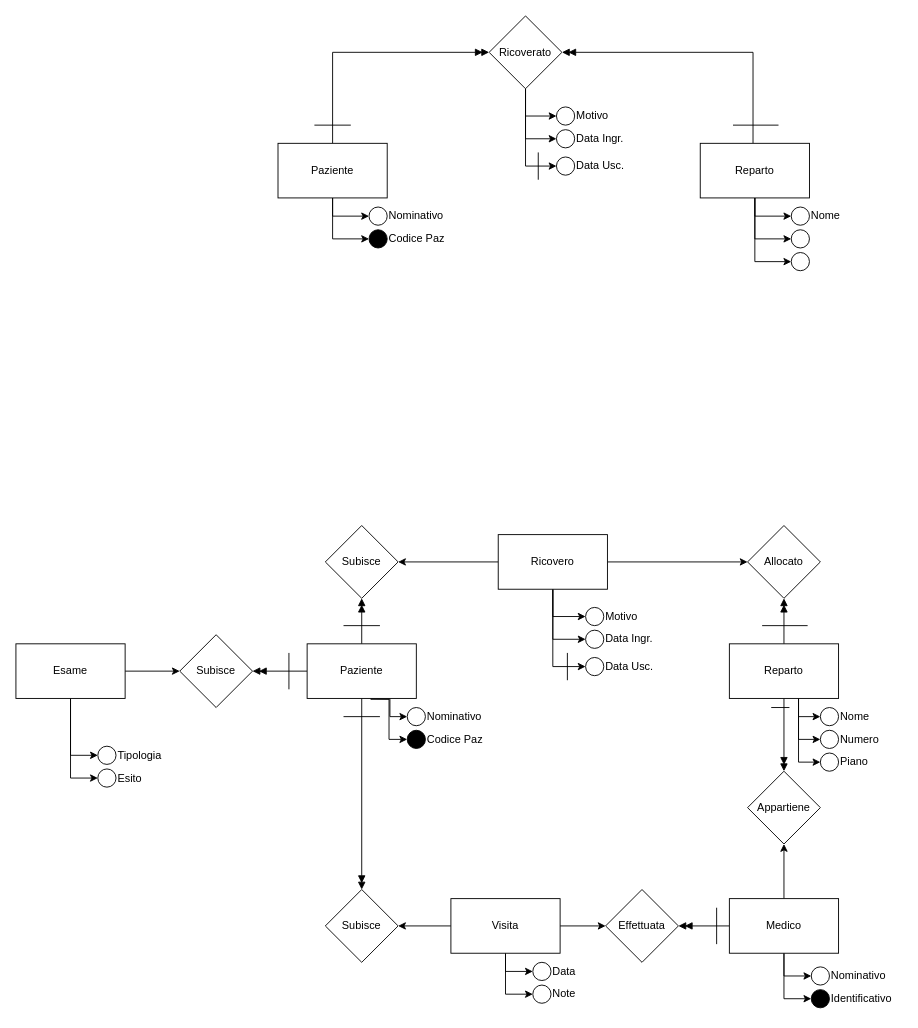
Earlier version of the draw.io diagram page "Pagina-9" (9 of 10) of Diagramma_FASE_2.drawio (johnnypax/iemme-academy-net). Source tidied: cells renumbered, new cells numbered last; positions are measured from the earlier drawing's top-left corner, leaving out a move shared by most shapes. Both pictures are drawn from the tidied source at 91%, with x=0, y=0 at pixel (15, 15).
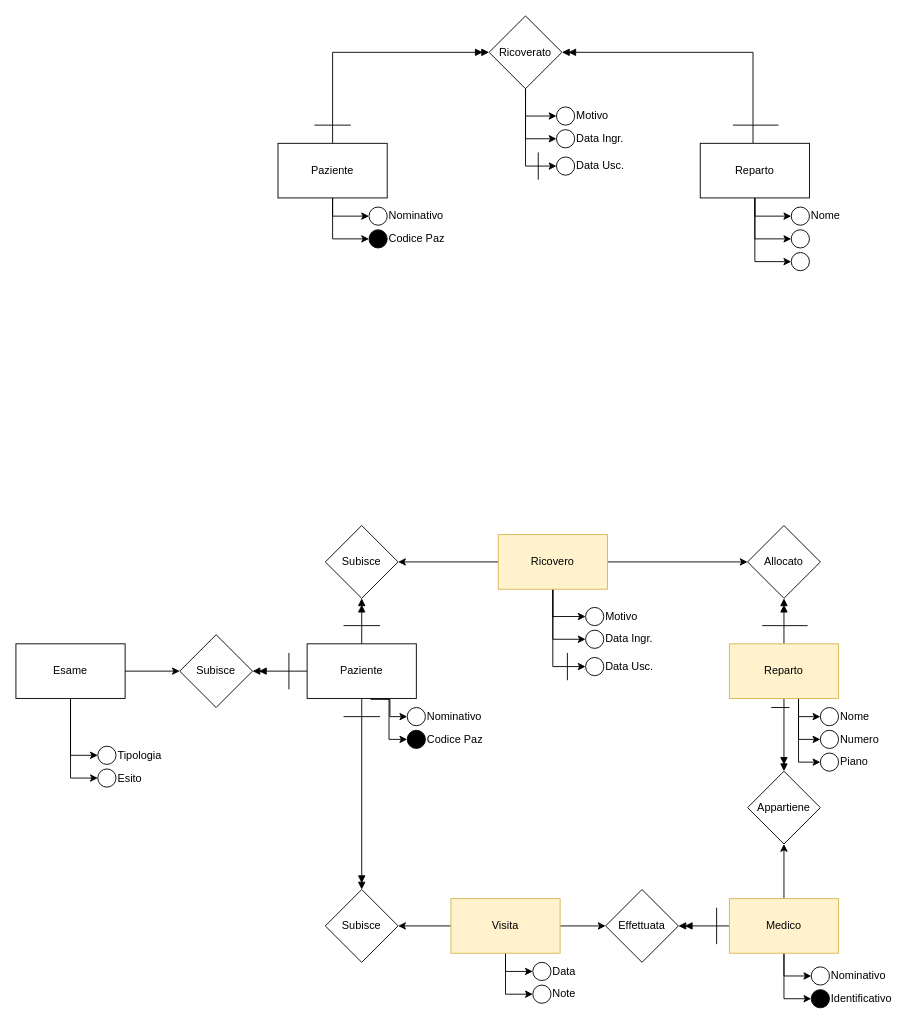
The same page after the edit.

Diff of the diagram source:
```diff
@@
-    <mxCell id="13" value="Ricovero" style="rounded=0;whiteSpace=wrap;html=1;" parent="1" vertex="1">
+    <mxCell id="13" value="Ricovero" style="rounded=0;whiteSpace=wrap;html=1;fillColor=#fff2cc;strokeColor=#d6b656;" parent="1" vertex="1">
       <mxGeometry x="530" y="570" width="120" height="60" as="geometry" />
     </mxCell>
@@
-    <mxCell id="22" value="Visita" style="rounded=0;whiteSpace=wrap;html=1;" parent="1" vertex="1">
+    <mxCell id="22" value="Visita" style="rounded=0;whiteSpace=wrap;html=1;fillColor=#fff2cc;strokeColor=#d6b656;" parent="1" vertex="1">
       <mxGeometry x="478" y="970" width="120" height="60" as="geometry" />
     </mxCell>
@@
-    <mxCell id="28" value="Reparto" style="rounded=0;whiteSpace=wrap;html=1;" parent="1" vertex="1">
+    <mxCell id="28" value="Reparto" style="rounded=0;whiteSpace=wrap;html=1;fillColor=#fff2cc;strokeColor=#d6b656;" parent="1" vertex="1">
       <mxGeometry x="784" y="690" width="120" height="60" as="geometry" />
     </mxCell>
@@
-    <mxCell id="33" value="Medico" style="rounded=0;whiteSpace=wrap;html=1;" parent="1" vertex="1">
+    <mxCell id="33" value="Medico" style="rounded=0;whiteSpace=wrap;html=1;fillColor=#fff2cc;strokeColor=#d6b656;" parent="1" vertex="1">
       <mxGeometry x="784" y="970" width="120" height="60" as="geometry" />
     </mxCell>
```
